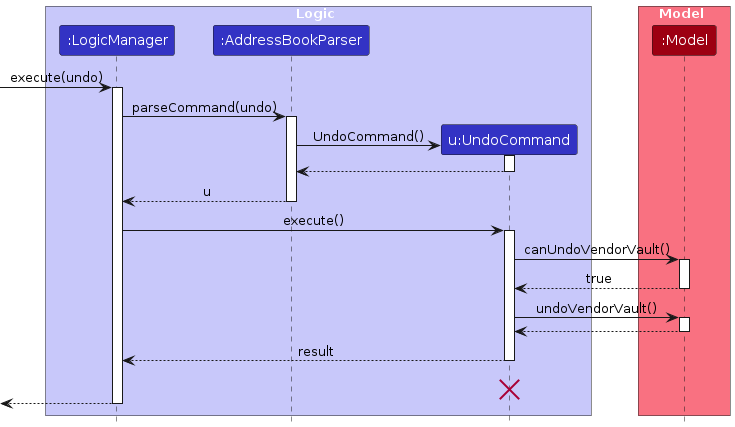
Above: diagrams/UndoSequenceDiagram-Logic.png in jolenechong/tp (PlantUML), before the change. Its source is kept beside it as diagrams/UndoSequenceDiagram-Logic.puml. The source it was exported from:
```plantuml
@startuml
!include style.puml
skinparam ArrowFontStyle plain

box Logic LOGIC_COLOR_T1
participant ":LogicManager" as LogicManager LOGIC_COLOR
participant ":AddressBookParser" as AddressBookParser LOGIC_COLOR
participant "u:UndoCommand" as UndoCommand LOGIC_COLOR
end box

box Model MODEL_COLOR_T1
participant ":Model" as Model MODEL_COLOR
end box
[-> LogicManager : execute(undo)
activate LogicManager

LogicManager -> AddressBookParser : parseCommand(undo)
activate AddressBookParser

create UndoCommand
AddressBookParser -> UndoCommand : UndoCommand()
activate UndoCommand

UndoCommand --> AddressBookParser
deactivate UndoCommand

AddressBookParser --> LogicManager : u
deactivate AddressBookParser

LogicManager -> UndoCommand : execute()
activate UndoCommand

UndoCommand -> Model : canUndoVendorVault()
activate Model
Model --> UndoCommand : true
deactivate Model

UndoCommand -> Model : undoVendorVault()
activate Model

Model --> UndoCommand
deactivate Model

UndoCommand --> LogicManager : result
deactivate UndoCommand
UndoCommand -[hidden]-> LogicManager : result
destroy UndoCommand

[<--LogicManager
deactivate LogicManager
@enduml
```
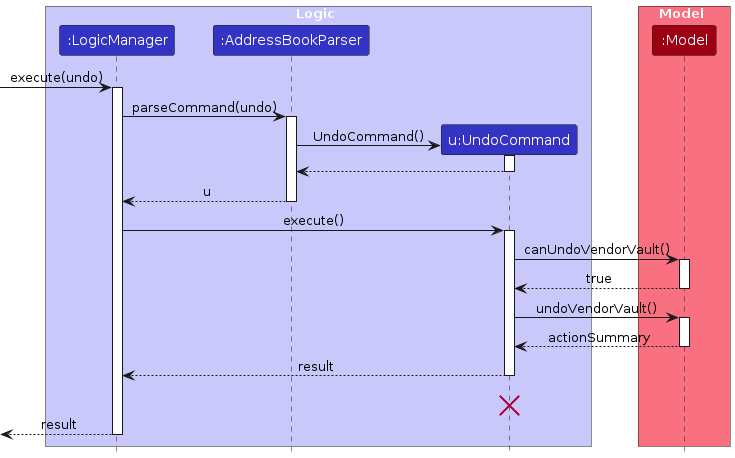
Later version of the same file.

Diff of the diagram source:
```diff
@@ -38,7 +38,7 @@
 UndoCommand -> Model : undoVendorVault()
 activate Model
 
-Model --> UndoCommand
+Model --> UndoCommand : actionSummary
 deactivate Model
 
 UndoCommand --> LogicManager : result
@@ -46,6 +46,6 @@
 UndoCommand -[hidden]-> LogicManager : result
 destroy UndoCommand
 
-[<--LogicManager
+[<--LogicManager : result
 deactivate LogicManager
 @enduml
```
